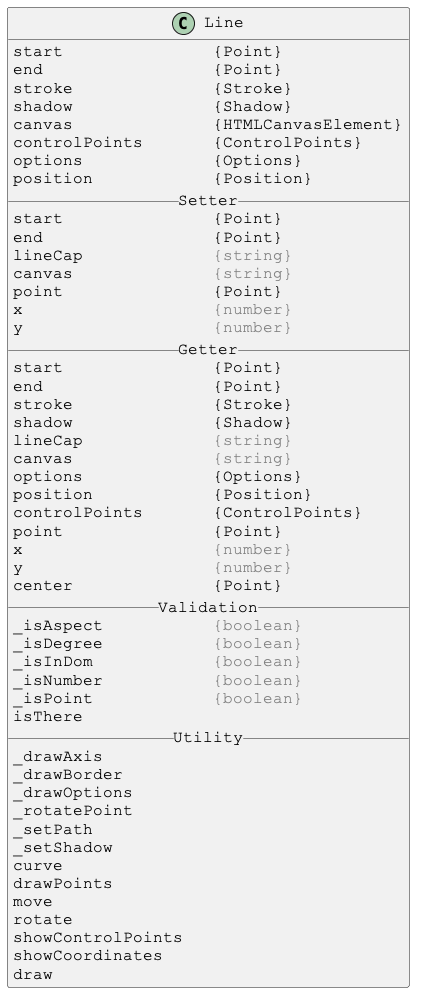
Above: docs/PlantUml/image/Line.png in Justin-Byrne/canvasLab (PlantUML), before the change.
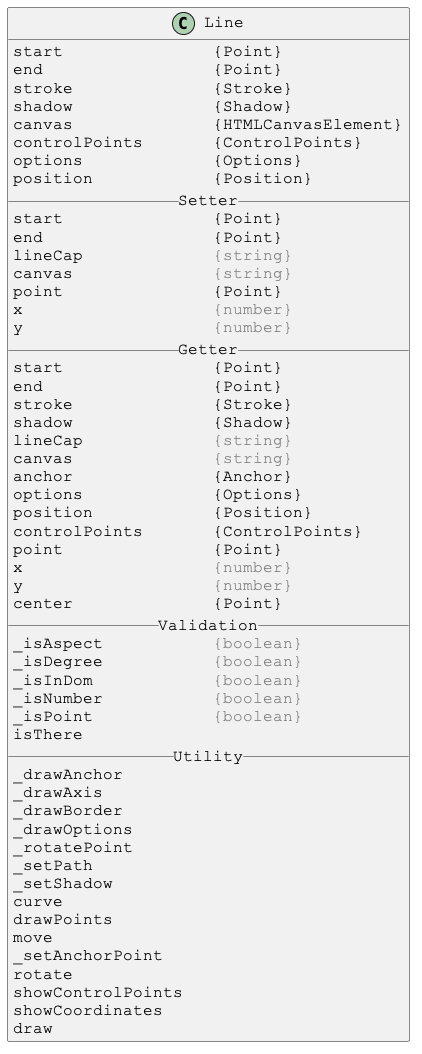
The same file after the commit.

The edit, as a diff of the source:
```diff
@@ -27,6 +27,7 @@
 shadow              {Shadow}
 lineCap             <color:gray>{string}</color>
 canvas              <color:gray>{string}</color>
+anchor              {Anchor}
 options             {Options}
 position            {Position}
 controlPoints       {ControlPoints}
@@ -42,6 +43,7 @@
 _isPoint            <color:gray>{boolean}</color>
 isThere
 __ Utility __
+_drawAnchor
 _drawAxis
 _drawBorder
 _drawOptions
@@ -51,6 +53,7 @@
 curve
 drawPoints
 move
+_setAnchorPoint
 rotate
 showControlPoints
 showCoordinates
```
